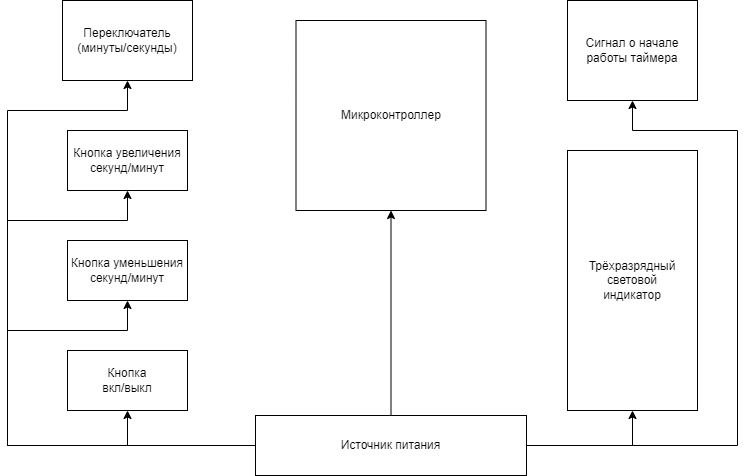
Earlier version of the draw.io export Схемыч!!!.png (IlyaFedoseev227/LABS-PNRPU-IVT-22-1b). Source tidied: cells renumbered, new cells last; positions are measured from the earlier drawing's top-left corner, leaving out a move shared by most shapes. Source of this version:
```xml
<mxGraphModel>
  <root>
    <mxCell id="0" />
    <mxCell id="1" parent="0" />
    <mxCell id="2" value="Переключатель&lt;br&gt;(минуты/секунды)" style="rounded=0;whiteSpace=wrap;html=1;" parent="1" vertex="1">
      <mxGeometry x="55" width="130" height="80" as="geometry" />
    </mxCell>
    <mxCell id="3" value="Трёхразрядный&lt;br&gt;световой&lt;br&gt;индикатор" style="rounded=0;whiteSpace=wrap;html=1;" parent="1" vertex="1">
      <mxGeometry x="560" y="150" width="130" height="260" as="geometry" />
    </mxCell>
    <mxCell id="4" value="Микроконтроллер" style="rounded=0;whiteSpace=wrap;html=1;" parent="1" vertex="1">
      <mxGeometry x="288.5" y="20" width="190" height="190" as="geometry" />
    </mxCell>
    <mxCell id="5" value="Кнопка увеличения секунд/минут" style="rounded=0;whiteSpace=wrap;html=1;" parent="1" vertex="1">
      <mxGeometry x="60" y="130" width="120" height="60" as="geometry" />
    </mxCell>
    <mxCell id="6" value="Кнопка уменьшения секунд/минут" style="rounded=0;whiteSpace=wrap;html=1;" parent="1" vertex="1">
      <mxGeometry x="60" y="240" width="120" height="60" as="geometry" />
    </mxCell>
    <mxCell id="7" value="Кнопка &lt;br&gt;вкл/выкл" style="rounded=0;whiteSpace=wrap;html=1;" parent="1" vertex="1">
      <mxGeometry x="60" y="350" width="120" height="60" as="geometry" />
    </mxCell>
    <mxCell id="8" value="Сигнал о начале&lt;br&gt;работы таймера" style="rounded=0;whiteSpace=wrap;html=1;" parent="1" vertex="1">
      <mxGeometry x="560" width="130" height="100" as="geometry" />
    </mxCell>
    <mxCell id="9" style="edgeStyle=orthogonalEdgeStyle;rounded=0;jettySize=auto;html=1;exitX=0;exitY=0.5;exitDx=0;exitDy=0;entryX=0.5;entryY=1;entryDx=0;entryDy=0;" parent="1" edge="1" source="16" target="7">
      <mxGeometry relative="1" as="geometry" />
    </mxCell>
    <mxCell id="10" style="edgeStyle=orthogonalEdgeStyle;rounded=0;jettySize=auto;html=1;exitX=1;exitY=0.5;exitDx=0;exitDy=0;entryX=0.5;entryY=1;entryDx=0;entryDy=0;" parent="1" edge="1" source="16" target="3">
      <mxGeometry relative="1" as="geometry" />
    </mxCell>
    <mxCell id="11" style="edgeStyle=orthogonalEdgeStyle;rounded=0;jettySize=auto;html=1;exitX=0.5;exitY=0;exitDx=0;exitDy=0;entryX=0.5;entryY=1;entryDx=0;entryDy=0;" parent="1" edge="1" source="16" target="4">
      <mxGeometry relative="1" as="geometry" />
    </mxCell>
    <mxCell id="12" style="edgeStyle=orthogonalEdgeStyle;rounded=0;jettySize=auto;html=1;exitX=1;exitY=0.5;exitDx=0;exitDy=0;entryX=0.5;entryY=1;entryDx=0;entryDy=0;" parent="1" edge="1" source="16" target="8">
      <mxGeometry relative="1" as="geometry">
        <Array as="points">
          <mxPoint x="730" y="445" />
          <mxPoint x="730" y="130" />
          <mxPoint x="625" y="130" />
        </Array>
      </mxGeometry>
    </mxCell>
    <mxCell id="13" style="edgeStyle=orthogonalEdgeStyle;rounded=0;jettySize=auto;html=1;exitX=0;exitY=0.5;exitDx=0;exitDy=0;entryX=0.5;entryY=1;entryDx=0;entryDy=0;" parent="1" edge="1" source="16" target="2">
      <mxGeometry relative="1" as="geometry">
        <Array as="points">
          <mxPoint y="445" />
          <mxPoint y="110" />
          <mxPoint x="120" y="110" />
        </Array>
      </mxGeometry>
    </mxCell>
    <mxCell id="14" style="edgeStyle=orthogonalEdgeStyle;rounded=0;jettySize=auto;html=1;exitX=0;exitY=0.5;exitDx=0;exitDy=0;entryX=0.5;entryY=1;entryDx=0;entryDy=0;" parent="1" edge="1" source="16" target="6">
      <mxGeometry relative="1" as="geometry">
        <Array as="points">
          <mxPoint y="445" />
          <mxPoint y="330" />
          <mxPoint x="120" y="330" />
        </Array>
      </mxGeometry>
    </mxCell>
    <mxCell id="15" style="edgeStyle=orthogonalEdgeStyle;rounded=0;jettySize=auto;html=1;exitX=0;exitY=0.5;exitDx=0;exitDy=0;entryX=0.5;entryY=1;entryDx=0;entryDy=0;" parent="1" edge="1" source="16" target="5">
      <mxGeometry relative="1" as="geometry">
        <Array as="points">
          <mxPoint y="445" />
          <mxPoint y="220" />
          <mxPoint x="120" y="220" />
        </Array>
      </mxGeometry>
    </mxCell>
    <mxCell id="16" value="Источник питания" style="rounded=0;whiteSpace=wrap;html=1;" parent="1" vertex="1">
      <mxGeometry x="248" y="415" width="271" height="60" as="geometry" />
    </mxCell>
  </root>
</mxGraphModel>
```
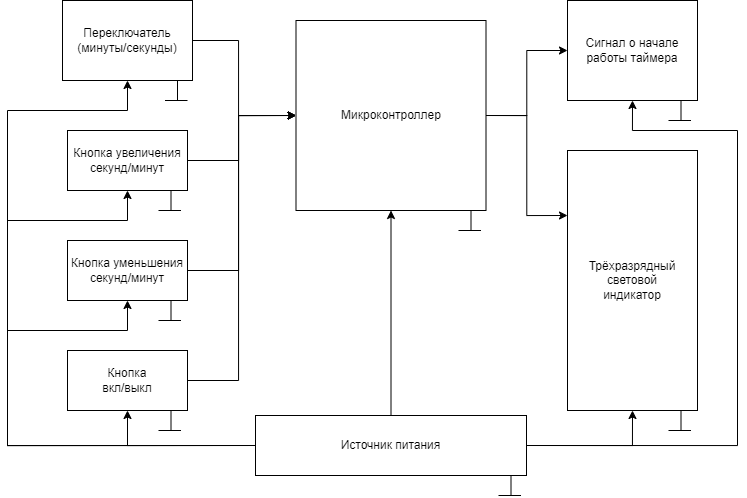
Later version of the same file.

The edit, as a diff of the source:
```diff
@@ -2,21 +2,59 @@
   <root>
     <mxCell id="0" />
     <mxCell id="1" parent="0" />
+    <mxCell id="17" style="edgeStyle=orthogonalEdgeStyle;rounded=0;jettySize=auto;html=1;exitX=1;exitY=0.5;exitDx=0;exitDy=0;entryX=0;entryY=0.5;entryDx=0;entryDy=0;" parent="1" edge="1" source="2" target="4">
+      <mxGeometry relative="1" as="geometry">
+        <Array as="points">
+          <mxPoint x="231" y="40" />
+          <mxPoint x="231" y="115" />
+        </Array>
+      </mxGeometry>
+    </mxCell>
     <mxCell id="2" value="Переключатель&lt;br&gt;(минуты/секунды)" style="rounded=0;whiteSpace=wrap;html=1;" parent="1" vertex="1">
       <mxGeometry x="55" width="130" height="80" as="geometry" />
     </mxCell>
     <mxCell id="3" value="Трёхразрядный&lt;br&gt;световой&lt;br&gt;индикатор" style="rounded=0;whiteSpace=wrap;html=1;" parent="1" vertex="1">
       <mxGeometry x="560" y="150" width="130" height="260" as="geometry" />
     </mxCell>
+    <mxCell id="18" style="edgeStyle=orthogonalEdgeStyle;rounded=0;jettySize=auto;html=1;exitX=1;exitY=0.5;exitDx=0;exitDy=0;entryX=0;entryY=0.5;entryDx=0;entryDy=0;" parent="1" edge="1" source="4" target="8">
+      <mxGeometry relative="1" as="geometry" />
+    </mxCell>
+    <mxCell id="19" style="edgeStyle=orthogonalEdgeStyle;rounded=0;jettySize=auto;html=1;exitX=1;exitY=0.5;exitDx=0;exitDy=0;entryX=0;entryY=0.25;entryDx=0;entryDy=0;" parent="1" edge="1" source="4" target="3">
+      <mxGeometry relative="1" as="geometry" />
+    </mxCell>
     <mxCell id="4" value="Микроконтроллер" style="rounded=0;whiteSpace=wrap;html=1;" parent="1" vertex="1">
       <mxGeometry x="288.5" y="20" width="190" height="190" as="geometry" />
     </mxCell>
+    <mxCell id="20" style="edgeStyle=orthogonalEdgeStyle;rounded=0;jettySize=auto;html=1;exitX=1;exitY=0.5;exitDx=0;exitDy=0;entryX=0;entryY=0.5;entryDx=0;entryDy=0;" parent="1" edge="1" source="5" target="4">
+      <mxGeometry relative="1" as="geometry">
+        <Array as="points">
+          <mxPoint x="231" y="160" />
+          <mxPoint x="231" y="115" />
+        </Array>
+      </mxGeometry>
+    </mxCell>
     <mxCell id="5" value="Кнопка увеличения секунд/минут" style="rounded=0;whiteSpace=wrap;html=1;" parent="1" vertex="1">
       <mxGeometry x="60" y="130" width="120" height="60" as="geometry" />
     </mxCell>
+    <mxCell id="21" style="edgeStyle=orthogonalEdgeStyle;rounded=0;jettySize=auto;html=1;exitX=1;exitY=0.5;exitDx=0;exitDy=0;entryX=0;entryY=0.5;entryDx=0;entryDy=0;" parent="1" edge="1" source="6" target="4">
+      <mxGeometry relative="1" as="geometry">
+        <Array as="points">
+          <mxPoint x="231" y="270" />
+          <mxPoint x="231" y="115" />
+        </Array>
+      </mxGeometry>
+    </mxCell>
     <mxCell id="6" value="Кнопка уменьшения секунд/минут" style="rounded=0;whiteSpace=wrap;html=1;" parent="1" vertex="1">
       <mxGeometry x="60" y="240" width="120" height="60" as="geometry" />
     </mxCell>
+    <mxCell id="22" style="edgeStyle=orthogonalEdgeStyle;rounded=0;jettySize=auto;html=1;exitX=1;exitY=0.5;exitDx=0;exitDy=0;entryX=0;entryY=0.5;entryDx=0;entryDy=0;" parent="1" edge="1" source="7" target="4">
+      <mxGeometry relative="1" as="geometry">
+        <Array as="points">
+          <mxPoint x="231" y="380" />
+          <mxPoint x="231" y="115" />
+        </Array>
+      </mxGeometry>
+    </mxCell>
     <mxCell id="7" value="Кнопка &lt;br&gt;вкл/выкл" style="rounded=0;whiteSpace=wrap;html=1;" parent="1" vertex="1">
       <mxGeometry x="60" y="350" width="120" height="60" as="geometry" />
     </mxCell>
@@ -71,5 +109,109 @@
     <mxCell id="16" value="Источник питания" style="rounded=0;whiteSpace=wrap;html=1;" parent="1" vertex="1">
       <mxGeometry x="248" y="415" width="271" height="60" as="geometry" />
     </mxCell>
+    <mxCell id="23" style="endArrow=none;html=1;rounded=0;" parent="1" edge="1">
+      <mxGeometry relative="1" as="geometry">
+        <mxPoint x="491" y="495" as="sourcePoint" />
+        <mxPoint x="513.5" y="495" as="targetPoint" />
+      </mxGeometry>
+    </mxCell>
+    <mxCell id="24" style="endArrow=none;html=1;rounded=0;" parent="1" edge="1">
+      <mxGeometry x="1" y="-32" relative="1" as="geometry">
+        <mxPoint x="503.5" y="495" as="sourcePoint" />
+        <mxPoint x="503.5" y="475" as="targetPoint" />
+        <mxPoint x="-2" y="-10" as="offset" />
+      </mxGeometry>
+    </mxCell>
+    <mxCell id="25" style="endArrow=none;html=1;rounded=0;" parent="1" edge="1">
+      <mxGeometry relative="1" as="geometry">
+        <mxPoint x="661" y="430" as="sourcePoint" />
+        <mxPoint x="683.5" y="430" as="targetPoint" />
+      </mxGeometry>
+    </mxCell>
+    <mxCell id="26" style="endArrow=none;html=1;rounded=0;" parent="1" edge="1">
+      <mxGeometry x="1" y="-32" relative="1" as="geometry">
+        <mxPoint x="673.5" y="430" as="sourcePoint" />
+        <mxPoint x="673.5" y="410" as="targetPoint" />
+        <mxPoint x="-2" y="-10" as="offset" />
+      </mxGeometry>
+    </mxCell>
+    <mxCell id="27" style="endArrow=none;html=1;rounded=0;" parent="1" edge="1">
+      <mxGeometry relative="1" as="geometry">
+        <mxPoint x="661" y="120" as="sourcePoint" />
+        <mxPoint x="683.5" y="120" as="targetPoint" />
+      </mxGeometry>
+    </mxCell>
+    <mxCell id="28" style="endArrow=none;html=1;rounded=0;" parent="1" edge="1">
+      <mxGeometry x="1" y="-32" relative="1" as="geometry">
+        <mxPoint x="673.5" y="120" as="sourcePoint" />
+        <mxPoint x="673.5" y="100" as="targetPoint" />
+        <mxPoint x="-2" y="-10" as="offset" />
+      </mxGeometry>
+    </mxCell>
+    <mxCell id="29" style="endArrow=none;html=1;rounded=0;" parent="1" edge="1">
+      <mxGeometry relative="1" as="geometry">
+        <mxPoint x="451" y="230" as="sourcePoint" />
+        <mxPoint x="473.5" y="230" as="targetPoint" />
+      </mxGeometry>
+    </mxCell>
+    <mxCell id="30" style="endArrow=none;html=1;rounded=0;" parent="1" edge="1">
+      <mxGeometry x="1" y="-32" relative="1" as="geometry">
+        <mxPoint x="463.5" y="230" as="sourcePoint" />
+        <mxPoint x="463.5" y="210" as="targetPoint" />
+        <mxPoint x="-2" y="-10" as="offset" />
+      </mxGeometry>
+    </mxCell>
+    <mxCell id="31" style="endArrow=none;html=1;rounded=0;" parent="1" edge="1">
+      <mxGeometry relative="1" as="geometry">
+        <mxPoint x="151" y="430" as="sourcePoint" />
+        <mxPoint x="173.5" y="430" as="targetPoint" />
+      </mxGeometry>
+    </mxCell>
+    <mxCell id="32" style="endArrow=none;html=1;rounded=0;" parent="1" edge="1">
+      <mxGeometry x="1" y="-32" relative="1" as="geometry">
+        <mxPoint x="163.5" y="430" as="sourcePoint" />
+        <mxPoint x="163.5" y="410" as="targetPoint" />
+        <mxPoint x="-2" y="-10" as="offset" />
+      </mxGeometry>
+    </mxCell>
+    <mxCell id="33" style="endArrow=none;html=1;rounded=0;" parent="1" edge="1">
+      <mxGeometry relative="1" as="geometry">
+        <mxPoint x="151" y="320" as="sourcePoint" />
+        <mxPoint x="173.5" y="320" as="targetPoint" />
+      </mxGeometry>
+    </mxCell>
+    <mxCell id="34" style="endArrow=none;html=1;rounded=0;" parent="1" edge="1">
+      <mxGeometry x="1" y="-32" relative="1" as="geometry">
+        <mxPoint x="163.5" y="320" as="sourcePoint" />
+        <mxPoint x="163.5" y="300" as="targetPoint" />
+        <mxPoint x="-2" y="-10" as="offset" />
+      </mxGeometry>
+    </mxCell>
+    <mxCell id="35" style="endArrow=none;html=1;rounded=0;" parent="1" edge="1">
+      <mxGeometry relative="1" as="geometry">
+        <mxPoint x="151" y="210" as="sourcePoint" />
+        <mxPoint x="173.5" y="210" as="targetPoint" />
+      </mxGeometry>
+    </mxCell>
+    <mxCell id="36" style="endArrow=none;html=1;rounded=0;" parent="1" edge="1">
+      <mxGeometry x="1" y="-32" relative="1" as="geometry">
+        <mxPoint x="163.5" y="210" as="sourcePoint" />
+        <mxPoint x="163.5" y="190" as="targetPoint" />
+        <mxPoint x="-2" y="-10" as="offset" />
+      </mxGeometry>
+    </mxCell>
+    <mxCell id="37" style="endArrow=none;html=1;rounded=0;" parent="1" edge="1">
+      <mxGeometry relative="1" as="geometry">
+        <mxPoint x="157.5" y="100" as="sourcePoint" />
+        <mxPoint x="180" y="100" as="targetPoint" />
+      </mxGeometry>
+    </mxCell>
+    <mxCell id="38" style="endArrow=none;html=1;rounded=0;" parent="1" edge="1">
+      <mxGeometry x="1" y="-32" relative="1" as="geometry">
+        <mxPoint x="170" y="100" as="sourcePoint" />
+        <mxPoint x="170" y="80" as="targetPoint" />
+        <mxPoint x="-2" y="-10" as="offset" />
+      </mxGeometry>
+    </mxCell>
   </root>
 </mxGraphModel>
```
